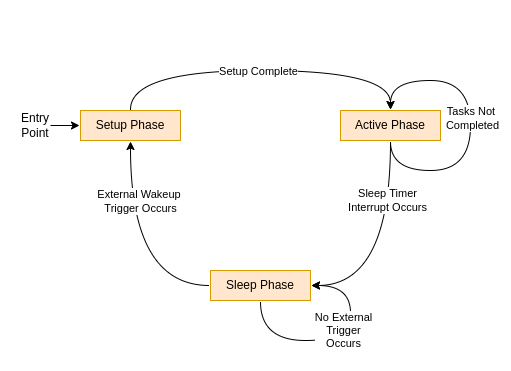
Earlier version of the draw.io export Diagrams/FSM/FSM_Overview.png (albogdan/Thesis). Source tidied: cells renumbered, new cells last; positions are measured from the earlier drawing's top-left corner, leaving out a move shared by most shapes.
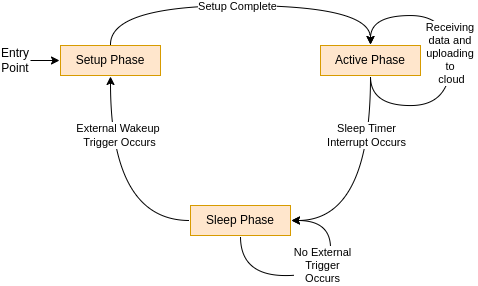
Later version of the same file.

Diff of the diagram source:
```diff
@@ -2,75 +2,72 @@
   <root>
     <mxCell id="0" />
     <mxCell id="1" parent="0" />
-    <mxCell id="2" style="rounded=0;whiteSpace=wrap;html=1;labelBackgroundColor=#FFFFFF;fillColor=none;strokeColor=none;" parent="1" vertex="1">
-      <mxGeometry width="510" height="370" as="geometry" />
+    <mxCell id="2" style="edgeStyle=orthogonalEdgeStyle;curved=1;rounded=1;jettySize=auto;html=1;entryX=0.5;entryY=1;entryDx=0;entryDy=0;" parent="1" edge="1" source="4" target="12">
+      <mxGeometry relative="1" as="geometry" />
     </mxCell>
-    <mxCell id="3" style="edgeStyle=orthogonalEdgeStyle;curved=1;rounded=1;jettySize=auto;html=1;entryX=0.5;entryY=1;entryDx=0;entryDy=0;" parent="1" edge="1" source="5" target="13">
-      <mxGeometry relative="1" as="geometry" />
+    <mxCell id="3" value="External Wakeup &lt;br&gt;Trigger Occurs" style="edgeLabel;html=1;align=center;verticalAlign=middle;labelBackgroundColor=#FFFFFF;" parent="2" vertex="1">
+      <mxGeometry x="0.29" y="-9" relative="1" as="geometry">
+        <mxPoint y="-21" as="offset" />
+      </mxGeometry>
     </mxCell>
-    <mxCell id="4" value="External Wakeup &lt;br&gt;Trigger Occurs" style="edgeLabel;html=1;align=center;verticalAlign=middle;points=[];labelBackgroundColor=#FFFFFF;" parent="3" vertex="1">
-      <mxGeometry x="0.29" y="-9" relative="1" as="geometry">
-        <mxPoint y="-21" as="offset" />
-      </mxGeometry>
+    <mxCell id="4" value="Sleep Phase" style="text;html=1;strokeColor=#d79b00;fillColor=#ffe6cc;align=center;verticalAlign=middle;whiteSpace=wrap;rounded=0;perimeterSpacing=1;" parent="1" vertex="1">
+      <mxGeometry x="210" y="270" width="100" height="30" as="geometry" />
     </mxCell>
-    <mxCell id="5" value="Sleep Phase" style="text;html=1;strokeColor=#d79b00;fillColor=#ffe6cc;align=center;verticalAlign=middle;whiteSpace=wrap;rounded=0;perimeterSpacing=1;" parent="1" vertex="1">
-      <mxGeometry x="210" y="270" width="100" height="30" as="geometry" />
+    <mxCell id="5" style="edgeStyle=orthogonalEdgeStyle;curved=1;rounded=1;jettySize=auto;html=1;entryX=1;entryY=0.5;entryDx=0;entryDy=0;exitX=0.5;exitY=1;exitDx=0;exitDy=0;" parent="1" edge="1" source="9" target="4">
+      <mxGeometry relative="1" as="geometry" />
     </mxCell>
-    <mxCell id="6" style="edgeStyle=orthogonalEdgeStyle;curved=1;rounded=1;jettySize=auto;html=1;entryX=1;entryY=0.5;entryDx=0;entryDy=0;exitX=0.5;exitY=1;exitDx=0;exitDy=0;" parent="1" edge="1" source="10" target="5">
-      <mxGeometry relative="1" as="geometry" />
+    <mxCell id="6" value="Sleep Timer&lt;br&gt;Interrupt Occurs" style="edgeLabel;html=1;align=center;verticalAlign=middle;labelBackgroundColor=#FFFFFF;" parent="5" vertex="1">
+      <mxGeometry x="-0.48" y="-4" relative="1" as="geometry" />
     </mxCell>
-    <mxCell id="7" value="Sleep Timer&lt;br&gt;Interrupt Occurs" style="edgeLabel;html=1;align=center;verticalAlign=middle;labelBackgroundColor=#FFFFFF;" parent="6" vertex="1">
-      <mxGeometry x="-0.48" y="-4" relative="1" as="geometry" />
+    <mxCell id="7" style="edgeStyle=orthogonalEdgeStyle;curved=1;rounded=1;orthogonalLoop=1;jettySize=auto;html=1;entryX=0.5;entryY=0;entryDx=0;entryDy=0;exitX=0.5;exitY=1;exitDx=0;exitDy=0;" parent="1" edge="1" source="9" target="9">
+      <mxGeometry relative="1" as="geometry">
+        <Array as="points">
+          <mxPoint x="390" y="170" />
+          <mxPoint x="470" y="170" />
+          <mxPoint x="470" y="80" />
+          <mxPoint x="390" y="80" />
+        </Array>
+      </mxGeometry>
     </mxCell>
-    <mxCell id="8" style="edgeStyle=orthogonalEdgeStyle;curved=1;rounded=1;orthogonalLoop=1;jettySize=auto;html=1;entryX=0.5;entryY=0;entryDx=0;entryDy=0;exitX=0.5;exitY=1;exitDx=0;exitDy=0;" parent="1" edge="1" source="10" target="10">
-      <mxGeometry relative="1" as="geometry">
-        <Array as="points">
-          <mxPoint x="390" y="170" />
-          <mxPoint x="470" y="170" />
-          <mxPoint x="470" y="80" />
-          <mxPoint x="390" y="80" />
-        </Array>
-      </mxGeometry>
+    <mxCell id="8" value="Receiving &lt;br&gt;data and &lt;br&gt;uploading &lt;br&gt;to &lt;br&gt;cloud" style="edgeLabel;html=1;align=center;verticalAlign=middle;labelBackgroundColor=#FFFFFF;" parent="7" vertex="1">
+      <mxGeometry x="0.05" y="-1" relative="1" as="geometry" />
     </mxCell>
-    <mxCell id="9" value="Tasks Not &lt;br&gt;Completed" style="edgeLabel;html=1;align=center;verticalAlign=middle;points=[];labelBackgroundColor=#FFFFFF;" parent="8" vertex="1">
-      <mxGeometry x="0.05" y="-1" relative="1" as="geometry" />
+    <mxCell id="9" value="Active Phase" style="text;html=1;strokeColor=#d79b00;fillColor=#ffe6cc;align=center;verticalAlign=middle;whiteSpace=wrap;rounded=0;perimeterSpacing=1;" parent="1" vertex="1">
+      <mxGeometry x="340" y="110" width="100" height="30" as="geometry" />
     </mxCell>
-    <mxCell id="10" value="Active Phase" style="text;html=1;strokeColor=#d79b00;fillColor=#ffe6cc;align=center;verticalAlign=middle;whiteSpace=wrap;rounded=0;perimeterSpacing=1;" parent="1" vertex="1">
-      <mxGeometry x="340" y="110" width="100" height="30" as="geometry" />
+    <mxCell id="10" style="edgeStyle=orthogonalEdgeStyle;curved=1;rounded=1;jettySize=auto;html=1;exitX=0.5;exitY=0;exitDx=0;exitDy=0;entryX=0.5;entryY=0;entryDx=0;entryDy=0;" parent="1" edge="1" source="12" target="9">
+      <mxGeometry relative="1" as="geometry">
+        <Array as="points">
+          <mxPoint x="130" y="70" />
+          <mxPoint x="390" y="70" />
+        </Array>
+      </mxGeometry>
     </mxCell>
-    <mxCell id="11" style="edgeStyle=orthogonalEdgeStyle;curved=1;rounded=1;jettySize=auto;html=1;exitX=0.5;exitY=0;exitDx=0;exitDy=0;entryX=0.5;entryY=0;entryDx=0;entryDy=0;" parent="1" edge="1" source="13" target="10">
-      <mxGeometry relative="1" as="geometry">
-        <Array as="points">
-          <mxPoint x="130" y="70" />
-          <mxPoint x="390" y="70" />
-        </Array>
+    <mxCell id="11" value="Setup Complete" style="edgeLabel;html=1;align=center;verticalAlign=middle;labelBackgroundColor=#FFFFFF;" parent="10" vertex="1">
+      <mxGeometry x="-0.16" relative="1" as="geometry">
+        <mxPoint x="24" as="offset" />
       </mxGeometry>
     </mxCell>
-    <mxCell id="12" value="Setup Complete" style="edgeLabel;html=1;align=center;verticalAlign=middle;points=[];labelBackgroundColor=#FFFFFF;" parent="11" vertex="1">
-      <mxGeometry x="-0.16" relative="1" as="geometry">
-        <mxPoint x="24" as="offset" />
-      </mxGeometry>
+    <mxCell id="12" value="Setup Phase" style="text;html=1;strokeColor=#d79b00;fillColor=#ffe6cc;align=center;verticalAlign=middle;whiteSpace=wrap;rounded=0;perimeterSpacing=1;" parent="1" vertex="1">
+      <mxGeometry x="80" y="110" width="100" height="30" as="geometry" />
     </mxCell>
-    <mxCell id="13" value="Setup Phase" style="text;html=1;strokeColor=#d79b00;fillColor=#ffe6cc;align=center;verticalAlign=middle;whiteSpace=wrap;rounded=0;perimeterSpacing=1;" parent="1" vertex="1">
-      <mxGeometry x="80" y="110" width="100" height="30" as="geometry" />
+    <mxCell id="13" style="edgeStyle=orthogonalEdgeStyle;curved=1;rounded=1;orthogonalLoop=1;jettySize=auto;html=1;entryX=1;entryY=0.5;entryDx=0;entryDy=0;exitX=0.5;exitY=1;exitDx=0;exitDy=0;" parent="1" edge="1" source="4" target="4">
+      <mxGeometry relative="1" as="geometry">
+        <Array as="points">
+          <mxPoint x="260" y="340" />
+          <mxPoint x="350" y="340" />
+          <mxPoint x="350" y="285" />
+        </Array>
+      </mxGeometry>
     </mxCell>
-    <mxCell id="14" style="edgeStyle=orthogonalEdgeStyle;curved=1;rounded=1;orthogonalLoop=1;jettySize=auto;html=1;entryX=1;entryY=0.5;entryDx=0;entryDy=0;exitX=0.5;exitY=1;exitDx=0;exitDy=0;" parent="1" edge="1" source="5" target="5">
-      <mxGeometry relative="1" as="geometry">
-        <Array as="points">
-          <mxPoint x="260" y="340" />
-          <mxPoint x="350" y="340" />
-          <mxPoint x="350" y="285" />
-        </Array>
-      </mxGeometry>
+    <mxCell id="14" value="&lt;span style=&quot;&quot;&gt;No External&lt;/span&gt;&lt;br&gt;&lt;span style=&quot;&quot;&gt;Trigger&lt;/span&gt;&lt;br&gt;&lt;span style=&quot;&quot;&gt;Occurs&lt;/span&gt;" style="edgeLabel;html=1;align=center;verticalAlign=middle;labelBackgroundColor=#FFFFFF;" parent="13" vertex="1">
+      <mxGeometry x="0.26" y="8" relative="1" as="geometry" />
     </mxCell>
-    <mxCell id="15" value="&lt;span style=&quot;&quot;&gt;No External&lt;/span&gt;&lt;br&gt;&lt;span style=&quot;&quot;&gt;Trigger&lt;/span&gt;&lt;br&gt;&lt;span style=&quot;&quot;&gt;Occurs&lt;/span&gt;" style="edgeLabel;html=1;align=center;verticalAlign=middle;points=[];labelBackgroundColor=#FFFFFF;" parent="14" vertex="1">
-      <mxGeometry x="0.26" y="8" relative="1" as="geometry" />
+    <mxCell id="15" value="Entry&lt;br&gt;Point" style="text;html=1;strokeColor=none;fillColor=none;align=center;verticalAlign=middle;whiteSpace=wrap;rounded=0;" parent="1" vertex="1">
+      <mxGeometry x="20" y="110" width="30" height="30" as="geometry" />
     </mxCell>
-    <mxCell id="16" value="Entry&lt;br&gt;Point" style="text;html=1;strokeColor=none;fillColor=none;align=center;verticalAlign=middle;whiteSpace=wrap;rounded=0;" parent="1" vertex="1">
-      <mxGeometry x="20" y="110" width="30" height="30" as="geometry" />
+    <mxCell id="16" style="endArrow=classic;html=1;rounded=0;exitX=1;exitY=0.5;exitDx=0;exitDy=0;entryX=0;entryY=0.5;entryDx=0;entryDy=0;" parent="1" edge="1" source="15" target="12">
+      <mxGeometry relative="1" as="geometry" />
     </mxCell>
-    <mxCell id="17" style="endArrow=classic;html=1;rounded=0;exitX=1;exitY=0.5;exitDx=0;exitDy=0;entryX=0;entryY=0.5;entryDx=0;entryDy=0;" parent="1" edge="1" source="16" target="13">
-      <mxGeometry relative="1" as="geometry" />
-    </mxCell>
   </root>
 </mxGraphModel>
```
